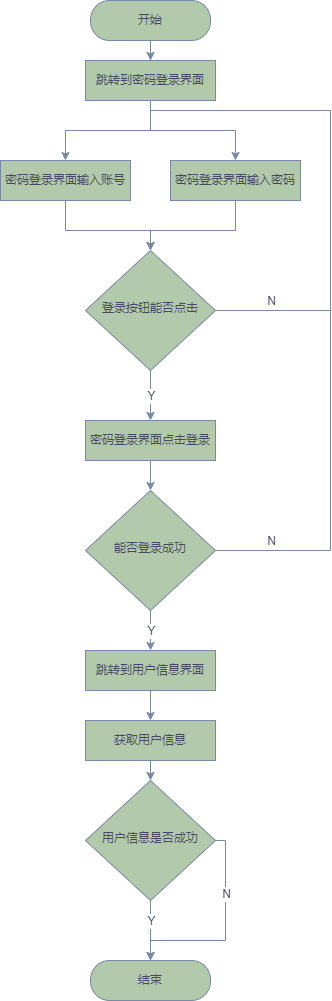
Above: x9hp/扫码登录流程图.png in notigit/Image (draw.io), before the change. Source tidied: cells renumbered, new cells last; positions are measured from the earlier drawing's top-left corner, leaving out a move shared by most shapes.
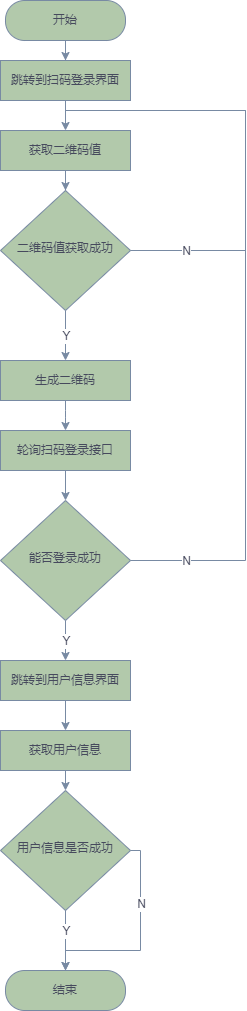
After the commit.

Commit message:
更新扫码登录流程图.png

The edit, as a diff of the source:
```diff
@@ -5,17 +5,14 @@
     <mxCell id="2" style="rounded=0;html=1;jettySize=auto;fontSize=11;endArrow=classic;endFill=1;strokeWidth=1;shadow=0;labelBackgroundColor=none;edgeStyle=orthogonalEdgeStyle;strokeColor=#788AA3;fontColor=#46495D;entryX=0.5;entryY=0;entryDx=0;entryDy=0;exitX=0.5;exitY=1;exitDx=0;exitDy=0;" parent="1" edge="1" source="31" target="10">
       <mxGeometry relative="1" as="geometry" />
     </mxCell>
-    <mxCell id="3" style="edgeStyle=orthogonalEdgeStyle;rounded=0;jettySize=auto;html=1;entryX=0.5;entryY=0;entryDx=0;entryDy=0;fontColor=#46495D;startArrow=none;startFill=0;endArrow=classic;endFill=1;strokeColor=#788AA3;fillColor=#B2C9AB;exitX=0.5;exitY=1;exitDx=0;exitDy=0;" parent="1" edge="1" source="31" target="12">
-      <mxGeometry relative="1" as="geometry" />
-    </mxCell>
     <mxCell id="4" style="edgeStyle=orthogonalEdgeStyle;rounded=0;jettySize=auto;html=1;entryX=0.5;entryY=0;entryDx=0;entryDy=0;fontColor=#46495D;startArrow=none;startFill=0;endArrow=classic;endFill=1;strokeColor=#788AA3;fillColor=#B2C9AB;" parent="1" edge="1" source="5" target="31">
       <mxGeometry relative="1" as="geometry" />
     </mxCell>
     <mxCell id="5" value="开始" style="rounded=1;whiteSpace=wrap;html=1;fontSize=12;glass=0;strokeWidth=1;shadow=0;absoluteArcSize=0;arcSize=48;fillColor=#B2C9AB;strokeColor=#788AA3;fontColor=#46495D;" parent="1" vertex="1">
-      <mxGeometry x="90" width="120" height="40" as="geometry" />
+      <mxGeometry x="90" y="-10" width="120" height="40" as="geometry" />
     </mxCell>
-    <mxCell id="6" value="登录按钮能否点击" style="rhombus;whiteSpace=wrap;html=1;shadow=0;fontFamily=Helvetica;fontSize=12;align=center;strokeWidth=1;spacing=6;spacingTop=-4;fillColor=#B2C9AB;strokeColor=#788AA3;fontColor=#46495D;rounded=0;" parent="1" vertex="1">
-      <mxGeometry x="85" y="250" width="130" height="120" as="geometry" />
+    <mxCell id="6" value="二维码值获取成功" style="rhombus;whiteSpace=wrap;html=1;shadow=0;fontFamily=Helvetica;fontSize=12;align=center;strokeWidth=1;spacing=6;spacingTop=-4;fillColor=#B2C9AB;strokeColor=#788AA3;fontColor=#46495D;rounded=0;" parent="1" vertex="1">
+      <mxGeometry x="85" y="180" width="130" height="120" as="geometry" />
     </mxCell>
     <mxCell id="7" style="edgeStyle=orthogonalEdgeStyle;rounded=0;jettySize=auto;html=1;fontColor=#46495D;startArrow=none;startFill=0;endArrow=none;endFill=0;strokeColor=#788AA3;fillColor=#B2C9AB;" parent="1" edge="1" source="8" target="26">
       <mxGeometry relative="1" as="geometry" />
@@ -23,38 +20,24 @@
     <mxCell id="8" value="结束" style="rounded=1;whiteSpace=wrap;html=1;fontSize=12;glass=0;strokeWidth=1;shadow=0;fillColor=#B2C9AB;strokeColor=#788AA3;fontColor=#46495D;arcSize=48;" parent="1" vertex="1">
       <mxGeometry x="90" y="960" width="120" height="40" as="geometry" />
     </mxCell>
-    <mxCell id="9" style="edgeStyle=orthogonalEdgeStyle;rounded=0;jettySize=auto;html=1;fontColor=#46495D;startArrow=none;startFill=0;endArrow=classic;endFill=1;strokeColor=#788AA3;fillColor=#B2C9AB;exitX=0.5;exitY=1;exitDx=0;exitDy=0;entryX=0.5;entryY=0;entryDx=0;entryDy=0;" parent="1" edge="1" source="10" target="6">
-      <mxGeometry relative="1" as="geometry">
-        <Array as="points">
-          <mxPoint x="65" y="230" />
-          <mxPoint x="150" y="230" />
-        </Array>
-      </mxGeometry>
-    </mxCell>
+    <mxCell id="34" style="edgeStyle=orthogonalEdgeStyle;rounded=0;jettySize=auto;html=1;entryX=0.5;entryY=0;entryDx=0;entryDy=0;strokeColor=#788AA3;fontColor=#46495D;" parent="1" edge="1" source="10">
+      <mxGeometry relative="1" as="geometry">
+        <mxPoint x="150" y="180" as="targetPoint" />
+      </mxGeometry>
+    </mxCell>
-    <mxCell id="10" value="密码登录界面输入账号" style="rounded=0;whiteSpace=wrap;html=1;fontSize=12;glass=0;strokeWidth=1;shadow=0;fillColor=#B2C9AB;strokeColor=#788AA3;fontColor=#46495D;arcSize=0;" parent="1" vertex="1">
-      <mxGeometry y="160" width="130" height="40" as="geometry" />
+    <mxCell id="10" value="获取二维码值" style="rounded=0;whiteSpace=wrap;html=1;fontSize=12;glass=0;strokeWidth=1;shadow=0;fillColor=#B2C9AB;strokeColor=#788AA3;fontColor=#46495D;arcSize=0;" parent="1" vertex="1">
+      <mxGeometry x="85" y="120" width="130" height="40" as="geometry" />
     </mxCell>
-    <mxCell id="11" style="edgeStyle=orthogonalEdgeStyle;rounded=0;jettySize=auto;html=1;entryX=0.5;entryY=0;entryDx=0;entryDy=0;fontColor=#46495D;startArrow=none;startFill=0;endArrow=classic;endFill=1;strokeColor=#788AA3;fillColor=#B2C9AB;exitX=0.5;exitY=1;exitDx=0;exitDy=0;" parent="1" edge="1" source="12" target="6">
-      <mxGeometry relative="1" as="geometry">
-        <Array as="points">
-          <mxPoint x="235" y="230" />
-          <mxPoint x="150" y="230" />
-        </Array>
-      </mxGeometry>
-    </mxCell>
-    <mxCell id="12" value="密码登录界面输入密码" style="rounded=0;whiteSpace=wrap;html=1;fontSize=12;glass=0;strokeWidth=1;shadow=0;fillColor=#B2C9AB;strokeColor=#788AA3;fontColor=#46495D;arcSize=0;" parent="1" vertex="1">
-      <mxGeometry x="170" y="160" width="130" height="40" as="geometry" />
-    </mxCell>
     <mxCell id="13" style="edgeStyle=orthogonalEdgeStyle;rounded=0;jettySize=auto;html=1;fontColor=#46495D;startArrow=none;startFill=0;endArrow=classic;endFill=1;strokeColor=#788AA3;fillColor=#B2C9AB;entryX=0.5;entryY=0;entryDx=0;entryDy=0;exitX=0.5;exitY=1;exitDx=0;exitDy=0;" parent="1" edge="1" source="14" target="15">
       <mxGeometry relative="1" as="geometry" />
     </mxCell>
-    <mxCell id="14" value="密码登录界面点击登录" style="rounded=0;whiteSpace=wrap;html=1;fontSize=12;glass=0;strokeWidth=1;shadow=0;fillColor=#B2C9AB;strokeColor=#788AA3;fontColor=#46495D;arcSize=0;" parent="1" vertex="1">
+    <mxCell id="14" value="轮询扫码登录接口" style="rounded=0;whiteSpace=wrap;html=1;fontSize=12;glass=0;strokeWidth=1;shadow=0;fillColor=#B2C9AB;strokeColor=#788AA3;fontColor=#46495D;arcSize=0;" parent="1" vertex="1">
       <mxGeometry x="85" y="420" width="130" height="40" as="geometry" />
     </mxCell>
     <mxCell id="15" value="能否登录成功" style="rhombus;whiteSpace=wrap;html=1;shadow=0;fontFamily=Helvetica;fontSize=12;align=center;strokeWidth=1;spacing=6;spacingTop=-4;fillColor=#B2C9AB;strokeColor=#788AA3;fontColor=#46495D;rounded=0;" parent="1" vertex="1">
       <mxGeometry x="85" y="490" width="130" height="120" as="geometry" />
     </mxCell>
-    <mxCell id="16" style="endArrow=classic;html=1;rounded=0;fontColor=#46495D;strokeColor=#788AA3;fillColor=#B2C9AB;exitX=0.5;exitY=1;exitDx=0;exitDy=0;entryX=0.5;entryY=0;entryDx=0;entryDy=0;" parent="1" edge="1" source="6" target="14">
+    <mxCell id="16" style="endArrow=classic;html=1;rounded=0;fontColor=#46495D;strokeColor=#788AA3;fillColor=#B2C9AB;exitX=0.5;exitY=1;exitDx=0;exitDy=0;entryX=0.5;entryY=0;entryDx=0;entryDy=0;" parent="1" edge="1" source="6" target="36">
       <mxGeometry relative="1" as="geometry" />
     </mxCell>
     <mxCell id="17" value="Y" style="edgeLabel;html=1;align=center;verticalAlign=middle;rounded=1;fontColor=#46495D;strokeColor=#788AA3;fillColor=#B2C9AB;" parent="16" vertex="1">
@@ -68,32 +51,32 @@
     </mxCell>
     <mxCell id="20" style="endArrow=none;html=1;rounded=0;fontColor=#46495D;strokeColor=#788AA3;fillColor=#B2C9AB;endFill=0;edgeStyle=orthogonalEdgeStyle;exitX=1;exitY=0.5;exitDx=0;exitDy=0;" parent="1" edge="1" source="6">
       <mxGeometry relative="1" as="geometry">
-        <mxPoint x="150" y="120" as="targetPoint" />
+        <mxPoint x="150" y="110" as="targetPoint" />
         <Array as="points">
-          <mxPoint x="330" y="310" />
-          <mxPoint x="330" y="110" />
-          <mxPoint x="150" y="110" />
+          <mxPoint x="330" y="240" />
+          <mxPoint x="330" y="100" />
+          <mxPoint x="150" y="100" />
         </Array>
       </mxGeometry>
     </mxCell>
     <mxCell id="21" value="N" style="edgeLabel;html=1;align=center;verticalAlign=middle;rounded=1;fontColor=#46495D;strokeColor=#788AA3;fillColor=#B2C9AB;" parent="20" vertex="1">
       <mxGeometry relative="1" as="geometry">
-        <mxPoint x="-60" y="128" as="offset" />
+        <mxPoint x="-60" y="108" as="offset" />
       </mxGeometry>
     </mxCell>
     <mxCell id="22" style="endArrow=none;html=1;rounded=0;fontColor=#46495D;strokeColor=#788AA3;fillColor=#B2C9AB;exitX=1;exitY=0.5;exitDx=0;exitDy=0;endFill=0;edgeStyle=orthogonalEdgeStyle;" parent="1" edge="1" source="15">
       <mxGeometry relative="1" as="geometry">
-        <mxPoint x="150" y="120" as="targetPoint" />
+        <mxPoint x="150" y="110" as="targetPoint" />
         <Array as="points">
           <mxPoint x="330" y="550" />
-          <mxPoint x="330" y="110" />
-          <mxPoint x="150" y="110" />
+          <mxPoint x="330" y="100" />
+          <mxPoint x="150" y="100" />
         </Array>
       </mxGeometry>
     </mxCell>
     <mxCell id="23" value="N" style="edgeLabel;html=1;align=center;verticalAlign=middle;rounded=1;fontColor=#46495D;strokeColor=#788AA3;fillColor=#B2C9AB;" parent="22" vertex="1">
       <mxGeometry relative="1" as="geometry">
-        <mxPoint x="-60" y="248" as="offset" />
+        <mxPoint x="-60" y="263" as="offset" />
       </mxGeometry>
     </mxCell>
     <mxCell id="24" style="edgeStyle=orthogonalEdgeStyle;rounded=0;jettySize=auto;html=1;exitX=0.5;exitY=1;exitDx=0;exitDy=0;entryX=0.5;entryY=0;entryDx=0;entryDy=0;fontColor=#46495D;startArrow=none;startFill=0;endArrow=classic;endFill=1;strokeColor=#788AA3;fillColor=#B2C9AB;" parent="1" edge="1" source="25" target="26">
@@ -127,8 +110,8 @@
         <mxPoint y="-40" as="offset" />
       </mxGeometry>
     </mxCell>
-    <mxCell id="31" value="跳转到密码登录界面" style="rounded=0;whiteSpace=wrap;html=1;fontSize=12;glass=0;strokeWidth=1;shadow=0;fillColor=#B2C9AB;strokeColor=#788AA3;fontColor=#46495D;arcSize=0;" parent="1" vertex="1">
-      <mxGeometry x="85" y="60" width="130" height="40" as="geometry" />
+    <mxCell id="31" value="跳转到扫码登录界面" style="rounded=0;whiteSpace=wrap;html=1;fontSize=12;glass=0;strokeWidth=1;shadow=0;fillColor=#B2C9AB;strokeColor=#788AA3;fontColor=#46495D;arcSize=0;" parent="1" vertex="1">
+      <mxGeometry x="85" y="50" width="130" height="40" as="geometry" />
     </mxCell>
     <mxCell id="32" style="edgeStyle=orthogonalEdgeStyle;rounded=0;jettySize=auto;html=1;entryX=0.5;entryY=0;entryDx=0;entryDy=0;fontColor=#46495D;startArrow=none;startFill=0;endArrow=classic;endFill=1;strokeColor=#788AA3;fillColor=#B2C9AB;" parent="1" edge="1" source="33" target="25">
       <mxGeometry relative="1" as="geometry" />
@@ -136,5 +119,11 @@
     <mxCell id="33" value="跳转到用户信息界面" style="rounded=0;whiteSpace=wrap;html=1;fontSize=12;glass=0;strokeWidth=1;shadow=0;fillColor=#B2C9AB;strokeColor=#788AA3;fontColor=#46495D;arcSize=0;" parent="1" vertex="1">
       <mxGeometry x="85" y="650" width="130" height="40" as="geometry" />
     </mxCell>
+    <mxCell id="35" style="edgeStyle=orthogonalEdgeStyle;curved=0;rounded=1;sketch=0;jettySize=auto;html=1;entryX=0.5;entryY=0;entryDx=0;entryDy=0;fontColor=#46495D;strokeColor=#788AA3;fillColor=#B2C9AB;" parent="1" edge="1" source="36" target="14">
+      <mxGeometry relative="1" as="geometry" />
+    </mxCell>
+    <mxCell id="36" value="生成二维码" style="rounded=0;whiteSpace=wrap;html=1;fontSize=12;glass=0;strokeWidth=1;shadow=0;fillColor=#B2C9AB;strokeColor=#788AA3;fontColor=#46495D;arcSize=0;" parent="1" vertex="1">
+      <mxGeometry x="85" y="350" width="130" height="40" as="geometry" />
+    </mxCell>
   </root>
 </mxGraphModel>
```
